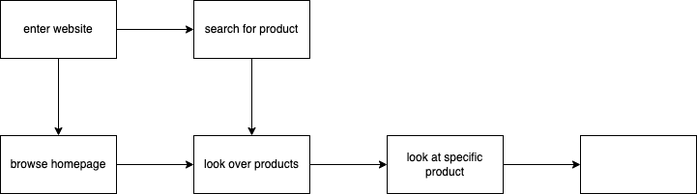
This is explore/diagramming/diagram.drawio.png from jerry-xu0514/fa22-cse110-lab4, a draw.io export, as it was before one commit. Source tidied: cells renumbered, new cells last; positions are measured from the earlier drawing's top-left corner, leaving out a move shared by most shapes.
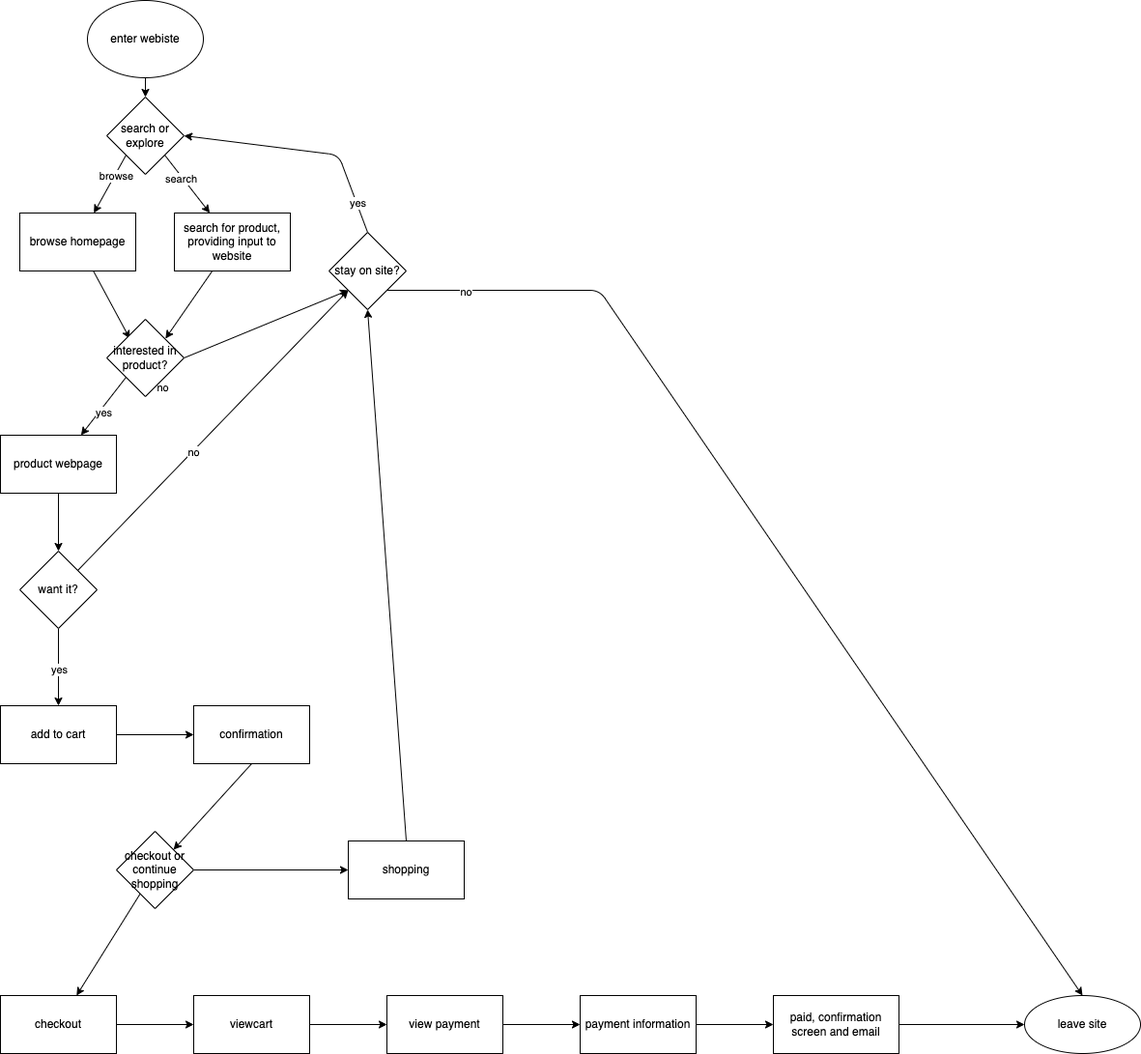
The same file after the commit.

The edit, as a diff of the source:
```diff
@@ -2,41 +2,162 @@
   <root>
     <mxCell id="0" />
     <mxCell id="1" parent="0" />
-    <mxCell id="2" style="edgeStyle=none;html=1;" parent="1" edge="1" source="4" target="6">
+    <mxCell id="2" style="edgeStyle=none;html=1;exitX=1;exitY=1;exitDx=0;exitDy=0;" parent="1" edge="1" source="24" target="6">
       <mxGeometry relative="1" as="geometry" />
     </mxCell>
+    <mxCell id="14" value="search" style="edgeLabel;html=1;align=center;verticalAlign=middle;" parent="2" vertex="1">
+      <mxGeometry x="-0.24" y="-2" relative="1" as="geometry" />
+    </mxCell>
-    <mxCell id="3" style="edgeStyle=none;html=1;" parent="1" edge="1" source="4" target="8">
+    <mxCell id="3" style="edgeStyle=none;html=1;startArrow=none;exitX=0;exitY=1;exitDx=0;exitDy=0;" parent="1" edge="1" source="24" target="8">
       <mxGeometry relative="1" as="geometry" />
     </mxCell>
-    <mxCell id="4" value="enter website" style="rounded=0;whiteSpace=wrap;html=1;" parent="1" vertex="1">
-      <mxGeometry width="120" height="60" as="geometry" />
-    </mxCell>
+    <mxCell id="15" value="browse" style="edgeLabel;html=1;align=center;verticalAlign=middle;" parent="3" vertex="1">
+      <mxGeometry x="-0.3" y="1" relative="1" as="geometry" />
+    </mxCell>
-    <mxCell id="5" style="edgeStyle=none;html=1;" parent="1" edge="1" source="6" target="10">
-      <mxGeometry relative="1" as="geometry" />
+    <mxCell id="5" style="edgeStyle=none;html=1;" parent="1" edge="1" source="6">
+      <mxGeometry relative="1" as="geometry">
+        <mxPoint x="140.8" y="310" as="targetPoint" />
+      </mxGeometry>
     </mxCell>
-    <mxCell id="6" value="search for product" style="whiteSpace=wrap;html=1;rounded=0;" parent="1" vertex="1">
-      <mxGeometry x="200" width="120" height="60" as="geometry" />
+    <mxCell id="6" value="search for product, providing input to website" style="whiteSpace=wrap;html=1;rounded=0;" parent="1" vertex="1">
+      <mxGeometry x="150" y="180" width="120" height="60" as="geometry" />
     </mxCell>
-    <mxCell id="7" style="edgeStyle=none;html=1;" parent="1" edge="1" source="8" target="10">
-      <mxGeometry relative="1" as="geometry" />
+    <mxCell id="7" style="edgeStyle=none;html=1;" parent="1" edge="1" source="8">
+      <mxGeometry relative="1" as="geometry">
+        <mxPoint x="103.8" y="310" as="targetPoint" />
+      </mxGeometry>
     </mxCell>
     <mxCell id="8" value="browse homepage" style="whiteSpace=wrap;html=1;rounded=0;" parent="1" vertex="1">
-      <mxGeometry y="140" width="120" height="60" as="geometry" />
+      <mxGeometry x="-10" y="180" width="120" height="60" as="geometry" />
     </mxCell>
-    <mxCell id="9" style="edgeStyle=none;html=1;" parent="1" edge="1" source="10" target="12">
+    <mxCell id="9" style="edgeStyle=none;html=1;exitX=0;exitY=1;exitDx=0;exitDy=0;" parent="1" edge="1" source="28" target="12">
       <mxGeometry relative="1" as="geometry" />
     </mxCell>
-    <mxCell id="10" value="look over products" style="whiteSpace=wrap;html=1;rounded=0;" parent="1" vertex="1">
-      <mxGeometry x="200" y="140" width="120" height="60" as="geometry" />
-    </mxCell>
+    <mxCell id="16" value="yes" style="edgeLabel;html=1;align=center;verticalAlign=middle;" parent="9" vertex="1">
+      <mxGeometry x="0.12" y="4" relative="1" as="geometry" />
+    </mxCell>
-    <mxCell id="11" style="edgeStyle=none;html=1;" parent="1" edge="1" source="12" target="13">
+    <mxCell id="11" style="edgeStyle=none;html=1;exitX=0.5;exitY=1;exitDx=0;exitDy=0;" parent="1" edge="1" source="25" target="13">
       <mxGeometry relative="1" as="geometry" />
     </mxCell>
+    <mxCell id="17" value="yes" style="edgeLabel;html=1;align=center;verticalAlign=middle;" parent="11" vertex="1">
+      <mxGeometry x="0.06" relative="1" as="geometry" />
+    </mxCell>
+    <mxCell id="18" style="edgeStyle=none;html=1;exitX=1;exitY=0;exitDx=0;exitDy=0;entryX=0;entryY=1;entryDx=0;entryDy=0;" parent="1" edge="1" source="25" target="32">
+      <mxGeometry relative="1" as="geometry" />
+    </mxCell>
+    <mxCell id="19" value="no" style="edgeLabel;html=1;align=center;verticalAlign=middle;" parent="18" vertex="1">
+      <mxGeometry x="-0.15" y="-1" relative="1" as="geometry" />
+    </mxCell>
+    <mxCell id="20" style="edgeStyle=none;html=1;" parent="1" edge="1" source="12" target="25">
+      <mxGeometry relative="1" as="geometry" />
+    </mxCell>
-    <mxCell id="12" value="look at specific product" style="whiteSpace=wrap;html=1;rounded=0;" parent="1" vertex="1">
-      <mxGeometry x="400" y="140" width="120" height="60" as="geometry" />
+    <mxCell id="12" value="product webpage" style="whiteSpace=wrap;html=1;rounded=0;" parent="1" vertex="1">
+      <mxGeometry x="-30" y="410" width="120" height="60" as="geometry" />
     </mxCell>
+    <mxCell id="21" style="edgeStyle=none;html=1;" parent="1" edge="1" source="13" target="50">
+      <mxGeometry relative="1" as="geometry" />
+    </mxCell>
-    <mxCell id="13" style="whiteSpace=wrap;html=1;rounded=0;" parent="1" vertex="1">
-      <mxGeometry x="600" y="140" width="120" height="60" as="geometry" />
+    <mxCell id="13" value="add to cart" style="whiteSpace=wrap;html=1;rounded=0;" parent="1" vertex="1">
+      <mxGeometry x="-30" y="690" width="120" height="60" as="geometry" />
     </mxCell>
+    <mxCell id="22" style="edgeStyle=none;html=1;" parent="1" edge="1" source="23" target="24">
+      <mxGeometry relative="1" as="geometry" />
+    </mxCell>
+    <mxCell id="23" value="enter webiste" style="ellipse;whiteSpace=wrap;html=1;" parent="1" vertex="1">
+      <mxGeometry x="60" y="-40" width="120" height="80" as="geometry" />
+    </mxCell>
+    <mxCell id="24" value="search or explore" style="rhombus;whiteSpace=wrap;html=1;" parent="1" vertex="1">
+      <mxGeometry x="80" y="60" width="80" height="80" as="geometry" />
+    </mxCell>
+    <mxCell id="25" value="want it?" style="rhombus;whiteSpace=wrap;html=1;" parent="1" vertex="1">
+      <mxGeometry x="-10" y="530" width="80" height="80" as="geometry" />
+    </mxCell>
+    <mxCell id="26" style="edgeStyle=none;html=1;exitX=1;exitY=0.5;exitDx=0;exitDy=0;entryX=0;entryY=1;entryDx=0;entryDy=0;" parent="1" edge="1" source="28" target="32">
+      <mxGeometry relative="1" as="geometry" />
+    </mxCell>
+    <mxCell id="27" value="no" style="edgeLabel;html=1;align=center;verticalAlign=middle;" parent="26" vertex="1">
+      <mxGeometry x="-0.29" y="-2" relative="1" as="geometry">
+        <mxPoint x="-83" y="53" as="offset" />
+      </mxGeometry>
+    </mxCell>
+    <mxCell id="28" value="interested in product?" style="rhombus;whiteSpace=wrap;html=1;" parent="1" vertex="1">
+      <mxGeometry x="80" y="290" width="80" height="80" as="geometry" />
+    </mxCell>
+    <mxCell id="29" value="yes" style="edgeStyle=none;html=1;exitX=0.5;exitY=0;exitDx=0;exitDy=0;entryX=1;entryY=0.5;entryDx=0;entryDy=0;" parent="1" edge="1" source="32" target="24">
+      <mxGeometry x="-0.74" y="-1" relative="1" as="geometry">
+        <Array as="points">
+          <mxPoint x="320" y="120" />
+        </Array>
+      </mxGeometry>
+    </mxCell>
+    <mxCell id="30" style="edgeStyle=none;html=1;exitX=1;exitY=1;exitDx=0;exitDy=0;entryX=0.5;entryY=0;entryDx=0;entryDy=0;" parent="1" edge="1" source="32" target="33">
+      <mxGeometry relative="1" as="geometry">
+        <Array as="points">
+          <mxPoint x="590" y="260" />
+        </Array>
+      </mxGeometry>
+    </mxCell>
+    <mxCell id="31" value="no" style="edgeLabel;html=1;align=center;verticalAlign=middle;" parent="30" vertex="1">
+      <mxGeometry x="-0.81" y="-1" relative="1" as="geometry">
+        <mxPoint x="-27" as="offset" />
+      </mxGeometry>
+    </mxCell>
+    <mxCell id="32" value="stay on site?" style="rhombus;whiteSpace=wrap;html=1;" parent="1" vertex="1">
+      <mxGeometry x="310" y="200" width="80" height="80" as="geometry" />
+    </mxCell>
+    <mxCell id="33" value="leave site" style="ellipse;whiteSpace=wrap;html=1;" parent="1" vertex="1">
+      <mxGeometry x="1030" y="990" width="120" height="60" as="geometry" />
+    </mxCell>
+    <mxCell id="34" style="edgeStyle=none;html=1;" parent="1" edge="1" source="36" target="38">
+      <mxGeometry relative="1" as="geometry" />
+    </mxCell>
+    <mxCell id="35" style="edgeStyle=none;html=1;" parent="1" edge="1" source="36" target="40">
+      <mxGeometry relative="1" as="geometry" />
+    </mxCell>
+    <mxCell id="36" value="checkout or continue shopping" style="rhombus;whiteSpace=wrap;html=1;rounded=0;" parent="1" vertex="1">
+      <mxGeometry x="90" y="820" width="80" height="80" as="geometry" />
+    </mxCell>
+    <mxCell id="37" style="edgeStyle=none;html=1;" parent="1" edge="1" source="38" target="42">
+      <mxGeometry relative="1" as="geometry" />
+    </mxCell>
+    <mxCell id="38" value="checkout" style="rounded=0;whiteSpace=wrap;html=1;" parent="1" vertex="1">
+      <mxGeometry x="-30" y="990" width="120" height="60" as="geometry" />
+    </mxCell>
+    <mxCell id="39" style="edgeStyle=none;html=1;exitX=0.5;exitY=0;exitDx=0;exitDy=0;entryX=0.5;entryY=1;entryDx=0;entryDy=0;" parent="1" edge="1" source="40" target="32">
+      <mxGeometry relative="1" as="geometry" />
+    </mxCell>
+    <mxCell id="40" value="shopping" style="whiteSpace=wrap;html=1;rounded=0;" parent="1" vertex="1">
+      <mxGeometry x="330" y="830" width="120" height="60" as="geometry" />
+    </mxCell>
+    <mxCell id="41" style="edgeStyle=none;html=1;" parent="1" edge="1" source="42" target="44">
+      <mxGeometry relative="1" as="geometry" />
+    </mxCell>
+    <mxCell id="42" value="viewcart" style="whiteSpace=wrap;html=1;rounded=0;" parent="1" vertex="1">
+      <mxGeometry x="170" y="990" width="120" height="60" as="geometry" />
+    </mxCell>
+    <mxCell id="43" style="edgeStyle=none;html=1;" parent="1" edge="1" source="44" target="46">
+      <mxGeometry relative="1" as="geometry" />
+    </mxCell>
+    <mxCell id="44" value="view payment" style="whiteSpace=wrap;html=1;rounded=0;" parent="1" vertex="1">
+      <mxGeometry x="370" y="990" width="120" height="60" as="geometry" />
+    </mxCell>
+    <mxCell id="45" style="edgeStyle=none;html=1;" parent="1" edge="1" source="46" target="48">
+      <mxGeometry relative="1" as="geometry" />
+    </mxCell>
+    <mxCell id="46" value="payment information" style="whiteSpace=wrap;html=1;rounded=0;" parent="1" vertex="1">
+      <mxGeometry x="570" y="990" width="120" height="60" as="geometry" />
+    </mxCell>
+    <mxCell id="47" style="edgeStyle=none;html=1;exitX=1;exitY=0.5;exitDx=0;exitDy=0;" parent="1" edge="1" source="48" target="33">
+      <mxGeometry relative="1" as="geometry" />
+    </mxCell>
+    <mxCell id="48" value="paid, confirmation screen and email" style="whiteSpace=wrap;html=1;rounded=0;" parent="1" vertex="1">
+      <mxGeometry x="770" y="990" width="130" height="60" as="geometry" />
+    </mxCell>
+    <mxCell id="49" style="edgeStyle=none;html=1;exitX=0.5;exitY=1;exitDx=0;exitDy=0;" parent="1" edge="1" source="50" target="36">
+      <mxGeometry relative="1" as="geometry" />
+    </mxCell>
+    <mxCell id="50" value="confirmation" style="whiteSpace=wrap;html=1;rounded=0;" parent="1" vertex="1">
+      <mxGeometry x="170" y="690" width="120" height="60" as="geometry" />
+    </mxCell>
   </root>
 </mxGraphModel>
```
